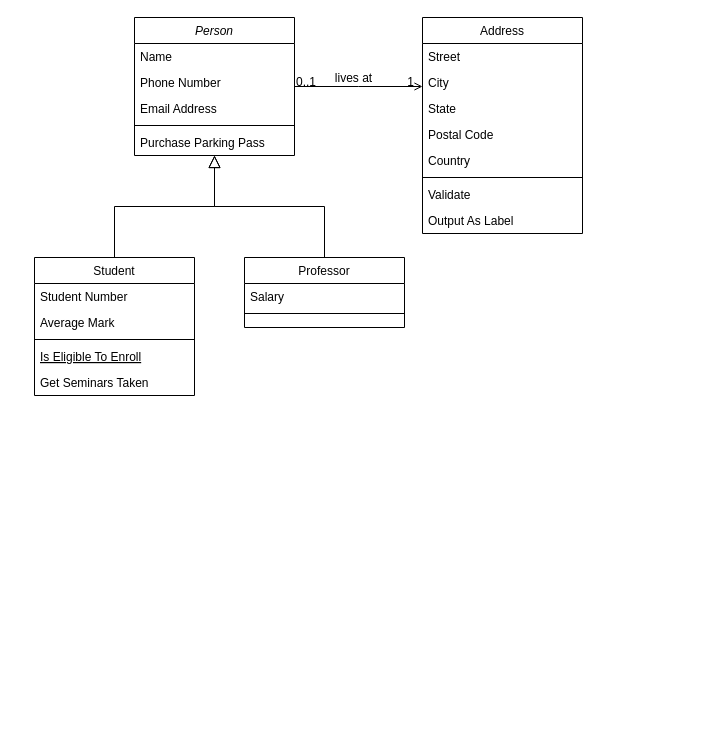
This is Диаграмма без названия.drawio from AidynulyT/Djang, a draw.io file, before an edit. Source tidied: cells renumbered, new cells numbered last; positions are measured from the earlier drawing's top-left corner, leaving out a move shared by most shapes. Both pictures are drawn from the tidied source at 100%, with x=0, y=0 at pixel (34, 17).
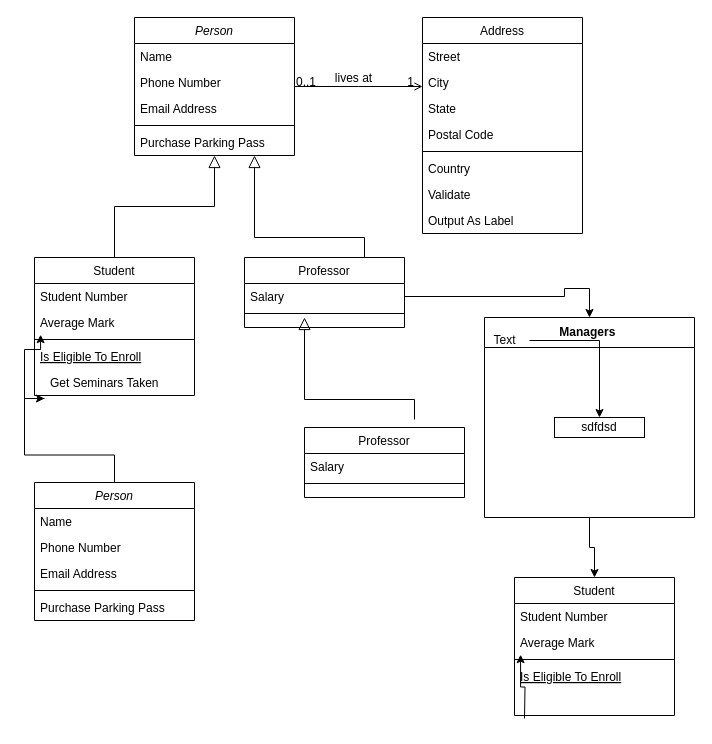
The same page after the edit.

Commit message:
диаграмма draw io

Unchanged cells that the change refers to:
```xml
<mxCell id="2" value="Person" style="swimlane;fontStyle=2;align=center;verticalAlign=top;horizontal=1;startSize=26;rounded=0;shadow=0;strokeWidth=1;" parent="1" vertex="1">
  <mxGeometry x="100" width="160" height="138" as="geometry" />
</mxCell>
<mxCell id="8" value="Student" style="swimlane;fontStyle=0;align=center;verticalAlign=top;horizontal=1;startSize=26;rounded=0;shadow=0;strokeWidth=1;" parent="1" vertex="1">
  <mxGeometry y="240" width="160" height="138" as="geometry" />
</mxCell>
<mxCell id="10" value="Average Mark" style="text;align=left;verticalAlign=top;spacingLeft=4;spacingRight=4;overflow=hidden;points=[[0,0.5],[1,0.5]];portConstraint=eastwest;rounded=0;shadow=0;html=0;" parent="8" vertex="1">
  <mxGeometry y="52" width="160" height="26" as="geometry" />
</mxCell>
<mxCell id="15" value="Professor" style="swimlane;fontStyle=0;align=center;verticalAlign=top;horizontal=1;startSize=26;rounded=0;shadow=0;strokeWidth=1;" parent="1" vertex="1">
  <mxGeometry x="210" y="240" width="160" height="70" as="geometry" />
</mxCell>
<mxCell id="16" value="Salary" style="text;align=left;verticalAlign=top;spacingLeft=4;spacingRight=4;overflow=hidden;points=[[0,0.5],[1,0.5]];portConstraint=eastwest;" parent="15" vertex="1">
  <mxGeometry y="26" width="160" height="26" as="geometry" />
</mxCell>
<mxCell id="19" value="Address" style="swimlane;fontStyle=0;align=center;verticalAlign=top;horizontal=1;startSize=26;rounded=0;shadow=0;strokeWidth=1;" parent="1" vertex="1">
  <mxGeometry x="388" width="160" height="216" as="geometry" />
</mxCell>
```

Change to the diagram source:
```diff
@@
-    <mxCell id="13" value="Get Seminars Taken" style="text;align=left;verticalAlign=top;spacingLeft=4;spacingRight=4;overflow=hidden;points=[[0,0.5],[1,0.5]];portConstraint=eastwest;" parent="8" vertex="1">
-      <mxGeometry y="112" width="160" height="26" as="geometry" />
-    </mxCell>
@@
-    <mxCell id="18" style="endArrow=block;endSize=10;endFill=0;shadow=0;strokeWidth=1;rounded=0;edgeStyle=elbowEdgeStyle;elbow=vertical;" parent="1" edge="1" source="15" target="2">
-      <mxGeometry relative="1" as="geometry" />
+    <mxCell id="18" style="endArrow=block;endSize=10;endFill=0;shadow=0;strokeWidth=1;rounded=0;edgeStyle=elbowEdgeStyle;elbow=vertical;" parent="1" edge="1">
+      <mxGeometry relative="1" as="geometry">
+        <mxPoint x="380" y="402" as="sourcePoint" />
+        <mxPoint x="270" y="300" as="targetPoint" />
+        <Array as="points">
+          <mxPoint x="380" y="382" />
+        </Array>
+      </mxGeometry>
     </mxCell>
@@
+    <mxCell id="25" style="line;html=1;strokeWidth=1;align=left;verticalAlign=middle;spacingTop=-1;spacingLeft=3;spacingRight=3;labelPosition=right;" parent="19" vertex="1">
+      <mxGeometry y="130" width="160" height="8" as="geometry" />
+    </mxCell>
     <mxCell id="24" value="Country" style="text;align=left;verticalAlign=top;spacingLeft=4;spacingRight=4;overflow=hidden;rounded=0;shadow=0;html=0;" parent="19" vertex="1">
-      <mxGeometry y="130" width="160" height="26" as="geometry" />
+      <mxGeometry y="138" width="160" height="26" as="geometry" />
     </mxCell>
-    <mxCell id="25" style="line;html=1;strokeWidth=1;align=left;verticalAlign=middle;spacingTop=-1;spacingLeft=3;spacingRight=3;labelPosition=right;" parent="19" vertex="1">
-      <mxGeometry y="156" width="160" height="8" as="geometry" />
-    </mxCell>
@@
+    <mxCell id="32" style="edgeStyle=orthogonalEdgeStyle;rounded=0;jettySize=auto;html=1;" parent="1" edge="1" source="33" target="50">
+      <mxGeometry relative="1" as="geometry" />
+    </mxCell>
+    <mxCell id="33" value="Managers&amp;nbsp;" style="swimlane;whiteSpace=wrap;html=1;startSize=30;" parent="1" vertex="1">
+      <mxGeometry x="450" y="300" width="210" height="200" as="geometry" />
+    </mxCell>
+    <mxCell id="34" value="sdfdsd" style="whiteSpace=wrap;html=1;" parent="33" vertex="1">
+      <mxGeometry x="70" y="100" width="90" height="20" as="geometry" />
+    </mxCell>
+    <mxCell id="35" style="edgeStyle=orthogonalEdgeStyle;rounded=0;jettySize=auto;html=1;" parent="1" edge="1" source="36" target="34">
+      <mxGeometry relative="1" as="geometry" />
+    </mxCell>
+    <mxCell id="36" value="Text" style="text;html=1;align=center;verticalAlign=middle;points=[];strokeColor=none;fillColor=none;" parent="1" vertex="1">
+      <mxGeometry x="445" y="308" width="50" height="30" as="geometry" />
+    </mxCell>
+    <mxCell id="37" value="Professor" style="swimlane;fontStyle=0;align=center;verticalAlign=top;horizontal=1;startSize=26;rounded=0;shadow=0;strokeWidth=1;" parent="1" vertex="1">
+      <mxGeometry x="270" y="410" width="160" height="70" as="geometry" />
+    </mxCell>
+    <mxCell id="38" value="Salary" style="text;align=left;verticalAlign=top;spacingLeft=4;spacingRight=4;overflow=hidden;" parent="37" vertex="1">
+      <mxGeometry y="26" width="160" height="26" as="geometry" />
+    </mxCell>
+    <mxCell id="39" style="line;html=1;strokeWidth=1;align=left;verticalAlign=middle;spacingTop=-1;spacingLeft=3;spacingRight=3;labelPosition=right;" parent="37" vertex="1">
+      <mxGeometry y="52" width="160" height="8" as="geometry" />
+    </mxCell>
+    <mxCell id="40" style="endArrow=block;endSize=10;endFill=0;shadow=0;strokeWidth=1;rounded=0;edgeStyle=elbowEdgeStyle;elbow=vertical;" parent="1" edge="1">
+      <mxGeometry relative="1" as="geometry">
+        <mxPoint x="330" y="240" as="sourcePoint" />
+        <mxPoint x="220" y="138" as="targetPoint" />
+        <Array as="points">
+          <mxPoint x="330" y="220" />
+        </Array>
+      </mxGeometry>
+    </mxCell>
+    <mxCell id="41" style="edgeStyle=orthogonalEdgeStyle;rounded=0;jettySize=auto;html=1;" parent="1" edge="1" source="16" target="33">
+      <mxGeometry relative="1" as="geometry">
+        <Array as="points">
+          <mxPoint x="530" y="279" />
+          <mxPoint x="530" y="271" />
+          <mxPoint x="555" y="271" />
+        </Array>
+      </mxGeometry>
+    </mxCell>
+    <mxCell id="42" style="edgeStyle=orthogonalEdgeStyle;rounded=0;jettySize=auto;html=1;" parent="1" edge="1" source="43" target="13">
+      <mxGeometry relative="1" as="geometry" />
+    </mxCell>
+    <mxCell id="43" value="Person" style="swimlane;fontStyle=2;align=center;verticalAlign=top;horizontal=1;startSize=26;rounded=0;shadow=0;strokeWidth=1;" parent="1" vertex="1">
+      <mxGeometry y="465" width="160" height="138" as="geometry" />
+    </mxCell>
+    <mxCell id="44" value="Name" style="text;align=left;verticalAlign=top;spacingLeft=4;spacingRight=4;overflow=hidden;" parent="43" vertex="1">
+      <mxGeometry y="26" width="160" height="26" as="geometry" />
+    </mxCell>
+    <mxCell id="45" value="Phone Number" style="text;align=left;verticalAlign=top;spacingLeft=4;spacingRight=4;overflow=hidden;rounded=0;shadow=0;html=0;" parent="43" vertex="1">
+      <mxGeometry y="52" width="160" height="26" as="geometry" />
+    </mxCell>
+    <mxCell id="46" value="Email Address" style="text;align=left;verticalAlign=top;spacingLeft=4;spacingRight=4;overflow=hidden;rounded=0;shadow=0;html=0;" parent="43" vertex="1">
+      <mxGeometry y="78" width="160" height="26" as="geometry" />
+    </mxCell>
+    <mxCell id="47" style="line;html=1;strokeWidth=1;align=left;verticalAlign=middle;spacingTop=-1;spacingLeft=3;spacingRight=3;labelPosition=right;" parent="43" vertex="1">
+      <mxGeometry y="104" width="160" height="8" as="geometry" />
+    </mxCell>
+    <mxCell id="48" value="Purchase Parking Pass" style="text;align=left;verticalAlign=top;spacingLeft=4;spacingRight=4;overflow=hidden;" parent="43" vertex="1">
+      <mxGeometry y="112" width="160" height="26" as="geometry" />
+    </mxCell>
+    <mxCell id="13" value="Get Seminars Taken" style="text;align=left;verticalAlign=top;spacingLeft=4;spacingRight=4;overflow=hidden;points=[[0,0.5],[1,0.5]];portConstraint=eastwest;" parent="1" vertex="1">
+      <mxGeometry x="10" y="352" width="160" height="58" as="geometry" />
+    </mxCell>
+    <mxCell id="49" style="edgeStyle=orthogonalEdgeStyle;rounded=0;jettySize=auto;html=1;exitX=0;exitY=0.5;exitDx=0;exitDy=0;entryX=0.038;entryY=0.969;entryDx=0;entryDy=0;entryPerimeter=0;" parent="1" edge="1" source="13" target="10">
+      <mxGeometry relative="1" as="geometry" />
+    </mxCell>
+    <mxCell id="50" value="Student" style="swimlane;fontStyle=0;align=center;verticalAlign=top;horizontal=1;startSize=26;rounded=0;shadow=0;strokeWidth=1;" parent="1" vertex="1">
+      <mxGeometry x="480" y="560" width="160" height="138" as="geometry" />
+    </mxCell>
+    <mxCell id="51" value="Student Number" style="text;align=left;verticalAlign=top;spacingLeft=4;spacingRight=4;overflow=hidden;" parent="50" vertex="1">
+      <mxGeometry y="26" width="160" height="26" as="geometry" />
+    </mxCell>
+    <mxCell id="52" value="Average Mark" style="text;align=left;verticalAlign=top;spacingLeft=4;spacingRight=4;overflow=hidden;points=[[0,0.5],[1,0.5]];portConstraint=eastwest;rounded=0;shadow=0;html=0;" parent="50" vertex="1">
+      <mxGeometry y="52" width="160" height="26" as="geometry" />
+    </mxCell>
+    <mxCell id="53" style="line;html=1;strokeWidth=1;align=left;verticalAlign=middle;spacingTop=-1;spacingLeft=3;spacingRight=3;labelPosition=right;" parent="50" vertex="1">
+      <mxGeometry y="78" width="160" height="8" as="geometry" />
+    </mxCell>
+    <mxCell id="54" value="Is Eligible To Enroll" style="text;align=left;verticalAlign=top;spacingLeft=4;spacingRight=4;overflow=hidden;fontStyle=4;" parent="50" vertex="1">
+      <mxGeometry y="86" width="160" height="26" as="geometry" />
+    </mxCell>
+    <mxCell id="55" style="edgeStyle=orthogonalEdgeStyle;rounded=0;jettySize=auto;html=1;exitX=0;exitY=0.5;exitDx=0;exitDy=0;entryX=0.038;entryY=0.969;entryDx=0;entryDy=0;entryPerimeter=0;" parent="1" edge="1" target="52">
+      <mxGeometry relative="1" as="geometry">
+        <mxPoint x="490" y="701" as="sourcePoint" />
+      </mxGeometry>
+    </mxCell>
```
